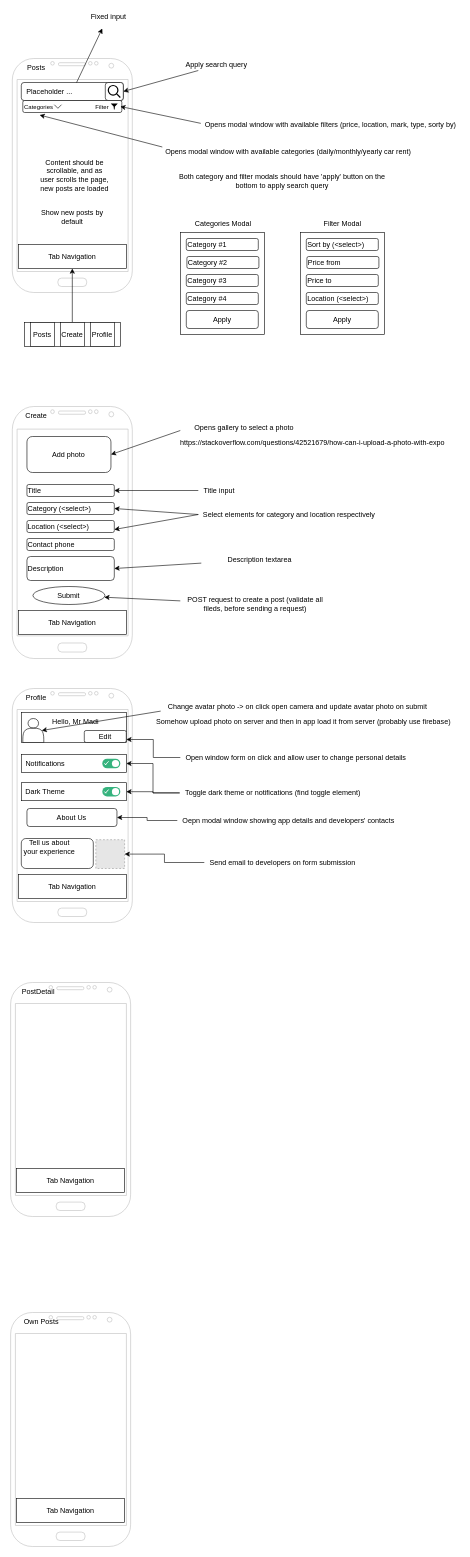
Earlier version of the draw.io diagram page "Content" (3 of 3) of startup.drawio (Madi-S/kolik). Source tidied: cells renumbered, new cells numbered last; positions are measured from the earlier drawing's top-left corner, leaving out a move shared by most shapes. Both pictures are drawn from the tidied source at 60%, with x=0, y=0 at pixel (10, 10). Pictures stored in the file or linked from it are replaced by grey dashed boxes.
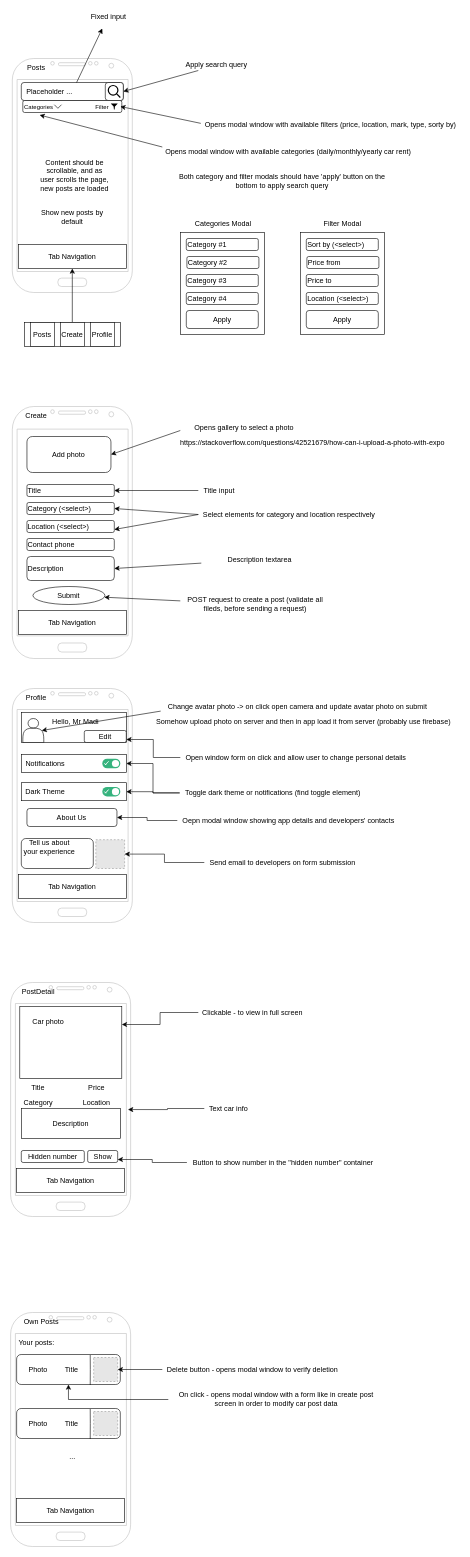
Above is the later version.

Commit message:
Drawio - post detail and own posts screen structure added

Unchanged cells that the change refers to:
```xml
<mxCell id="69" style="verticalLabelPosition=bottom;verticalAlign=top;html=1;shadow=0;dashed=0;strokeWidth=1;shape=mxgraph.android.phone2;strokeColor=#c0c0c0;" parent="1" vertex="1">
  <mxGeometry x="0.2" y="1620" width="200" height="390" as="geometry" />
</mxCell>
```

What changed in the source:
```diff
@@
+    <mxCell id="103" style="rounded=0;whiteSpace=wrap;html=1;" parent="1" vertex="1">
+      <mxGeometry x="15.5" y="1660" width="170" height="120" as="geometry" />
+    </mxCell>
+    <mxCell id="104" value="Car photo" style="text;html=1;strokeColor=none;fillColor=none;align=center;verticalAlign=middle;whiteSpace=wrap;rounded=0;" parent="1" vertex="1">
+      <mxGeometry x="33" y="1670" width="60" height="30" as="geometry" />
+    </mxCell>
+    <mxCell id="105" style="edgeStyle=orthogonalEdgeStyle;rounded=0;jettySize=auto;html=1;entryX=1;entryY=0.25;entryDx=0;entryDy=0;" parent="1" edge="1" source="106" target="103">
+      <mxGeometry relative="1" as="geometry" />
+    </mxCell>
+    <mxCell id="106" value="Clickable - to view in full screen" style="text;html=1;align=center;verticalAlign=middle;points=[];strokeColor=none;fillColor=none;" parent="1" vertex="1">
+      <mxGeometry x="313" y="1660" width="180" height="20" as="geometry" />
+    </mxCell>
+    <mxCell id="107" value="Title" style="text;html=1;strokeColor=none;fillColor=none;align=center;verticalAlign=middle;whiteSpace=wrap;rounded=0;" parent="1" vertex="1">
+      <mxGeometry x="15.5" y="1780" width="60" height="30" as="geometry" />
+    </mxCell>
+    <mxCell id="108" value="Price" style="text;html=1;align=center;verticalAlign=middle;strokeColor=none;fillColor=none;" parent="1" vertex="1">
+      <mxGeometry x="123" y="1785" width="40" height="20" as="geometry" />
+    </mxCell>
+    <mxCell id="109" value="Category" style="text;html=1;align=center;verticalAlign=middle;strokeColor=none;fillColor=none;" parent="1" vertex="1">
+      <mxGeometry x="15.5" y="1810" width="60" height="20" as="geometry" />
+    </mxCell>
+    <mxCell id="110" value="Location" style="text;html=1;align=center;verticalAlign=middle;strokeColor=none;fillColor=none;" parent="1" vertex="1">
+      <mxGeometry x="113" y="1810" width="60" height="20" as="geometry" />
+    </mxCell>
+    <mxCell id="111" value="Description" style="rounded=0;whiteSpace=wrap;html=1;" parent="1" vertex="1">
+      <mxGeometry x="18" y="1830" width="165" height="50" as="geometry" />
+    </mxCell>
+    <mxCell id="112" value="Hidden number" style="rounded=1;whiteSpace=wrap;html=1;" parent="1" vertex="1">
+      <mxGeometry x="18" y="1900" width="105" height="20" as="geometry" />
+    </mxCell>
+    <mxCell id="113" value="Show" style="rounded=1;whiteSpace=wrap;html=1;" parent="1" vertex="1">
+      <mxGeometry x="128.6" y="1900" width="50" height="20" as="geometry" />
+    </mxCell>
+    <mxCell id="114" style="edgeStyle=orthogonalEdgeStyle;rounded=0;jettySize=auto;html=1;entryX=1;entryY=0.75;entryDx=0;entryDy=0;" parent="1" edge="1" source="115" target="113">
+      <mxGeometry relative="1" as="geometry" />
+    </mxCell>
+    <mxCell id="115" value="Button to show number in the &quot;hidden number&quot; container" style="text;html=1;align=center;verticalAlign=middle;points=[];strokeColor=none;fillColor=none;" parent="1" vertex="1">
+      <mxGeometry x="294" y="1910" width="320" height="20" as="geometry" />
+    </mxCell>
+    <mxCell id="116" style="edgeStyle=orthogonalEdgeStyle;rounded=0;jettySize=auto;html=1;entryX=0.978;entryY=0.543;entryDx=0;entryDy=0;entryPerimeter=0;" parent="1" edge="1" source="117" target="69">
+      <mxGeometry relative="1" as="geometry" />
+    </mxCell>
+    <mxCell id="117" value="Text car info" style="text;html=1;align=center;verticalAlign=middle;points=[];strokeColor=none;fillColor=none;" parent="1" vertex="1">
+      <mxGeometry x="323" y="1820" width="80" height="20" as="geometry" />
+    </mxCell>
+    <mxCell id="118" value="Your posts:" style="text;html=1;align=center;verticalAlign=middle;strokeColor=none;fillColor=none;" parent="1" vertex="1">
+      <mxGeometry x="8" y="2210" width="70" height="20" as="geometry" />
+    </mxCell>
+    <mxCell id="119" style="rounded=1;whiteSpace=wrap;html=1;" parent="1" vertex="1">
+      <mxGeometry x="10.2" y="2240" width="172.8" height="50" as="geometry" />
+    </mxCell>
+    <mxCell id="120" value="Title" style="text;html=1;strokeColor=none;fillColor=none;align=center;verticalAlign=middle;whiteSpace=wrap;rounded=0;" parent="1" vertex="1">
+      <mxGeometry x="79.4" y="2255" width="46" height="20" as="geometry" />
+    </mxCell>
+    <mxCell id="121" value="Photo" style="text;html=1;strokeColor=none;fillColor=none;align=center;verticalAlign=middle;whiteSpace=wrap;rounded=0;" parent="1" vertex="1">
+      <mxGeometry x="15.5" y="2250" width="60" height="30" as="geometry" />
+    </mxCell>
+    <mxCell id="122" style="fillColor=#E6E6E6;strokeColor=#999999;dashed=1;html=1;verticalAlign=top;verticalLabelPosition=bottom;labelBackgroundColor=#ffffff;" parent="1" vertex="1">
+      <mxGeometry x="138.6" y="2245" width="40" height="40" as="geometry" />
+    </mxCell>
+    <mxCell id="123" style="edgeStyle=orthogonalEdgeStyle;rounded=0;jettySize=auto;html=1;" parent="1" edge="1" source="124" target="122">
+      <mxGeometry relative="1" as="geometry" />
+    </mxCell>
+    <mxCell id="124" value="Delete button - opens modal window to verify deletion" style="text;html=1;align=center;verticalAlign=middle;points=[];strokeColor=none;fillColor=none;" parent="1" vertex="1">
+      <mxGeometry x="253" y="2255" width="300" height="20" as="geometry" />
+    </mxCell>
+    <mxCell id="125" style="edgeStyle=orthogonalEdgeStyle;rounded=0;jettySize=auto;html=1;" parent="1" edge="1" source="126" target="119">
+      <mxGeometry relative="1" as="geometry" />
+    </mxCell>
+    <mxCell id="126" value="On click - opens modal window with a form like in create post screen in order to modify car post data" style="text;html=1;strokeColor=none;fillColor=none;align=center;verticalAlign=middle;whiteSpace=wrap;rounded=0;" parent="1" vertex="1">
+      <mxGeometry x="263" y="2300" width="360" height="30" as="geometry" />
+    </mxCell>
+    <mxCell id="127" style="endArrow=none;html=1;rounded=0;exitX=0.71;exitY=1.017;exitDx=0;exitDy=0;exitPerimeter=0;entryX=0.71;entryY=0.017;entryDx=0;entryDy=0;entryPerimeter=0;" parent="1" edge="1" source="119" target="119">
+      <mxGeometry relative="1" as="geometry">
+        <Array as="points">
+          <mxPoint x="133" y="2265" />
+        </Array>
+      </mxGeometry>
+    </mxCell>
+    <mxCell id="128" style="rounded=1;whiteSpace=wrap;html=1;" parent="1" vertex="1">
+      <mxGeometry x="10.2" y="2330" width="172.8" height="50" as="geometry" />
+    </mxCell>
+    <mxCell id="129" value="Title" style="text;html=1;strokeColor=none;fillColor=none;align=center;verticalAlign=middle;whiteSpace=wrap;rounded=0;" parent="1" vertex="1">
+      <mxGeometry x="79.4" y="2345" width="46" height="20" as="geometry" />
+    </mxCell>
+    <mxCell id="130" value="Photo" style="text;html=1;strokeColor=none;fillColor=none;align=center;verticalAlign=middle;whiteSpace=wrap;rounded=0;" parent="1" vertex="1">
+      <mxGeometry x="15.5" y="2340" width="60" height="30" as="geometry" />
+    </mxCell>
+    <mxCell id="131" style="fillColor=#E6E6E6;strokeColor=#999999;dashed=1;html=1;verticalAlign=top;verticalLabelPosition=bottom;labelBackgroundColor=#ffffff;" parent="1" vertex="1">
+      <mxGeometry x="138.6" y="2335" width="40" height="40" as="geometry" />
+    </mxCell>
+    <mxCell id="132" style="endArrow=none;html=1;rounded=0;exitX=0.71;exitY=1.017;exitDx=0;exitDy=0;exitPerimeter=0;entryX=0.71;entryY=0.017;entryDx=0;entryDy=0;entryPerimeter=0;" parent="1" edge="1" source="128" target="128">
+      <mxGeometry relative="1" as="geometry">
+        <Array as="points">
+          <mxPoint x="133" y="2355" />
+        </Array>
+      </mxGeometry>
+    </mxCell>
+    <mxCell id="133" value="..." style="text;html=1;align=center;verticalAlign=middle;strokeColor=none;fillColor=none;" parent="1" vertex="1">
+      <mxGeometry x="88" y="2400" width="30" height="20" as="geometry" />
+    </mxCell>
```
